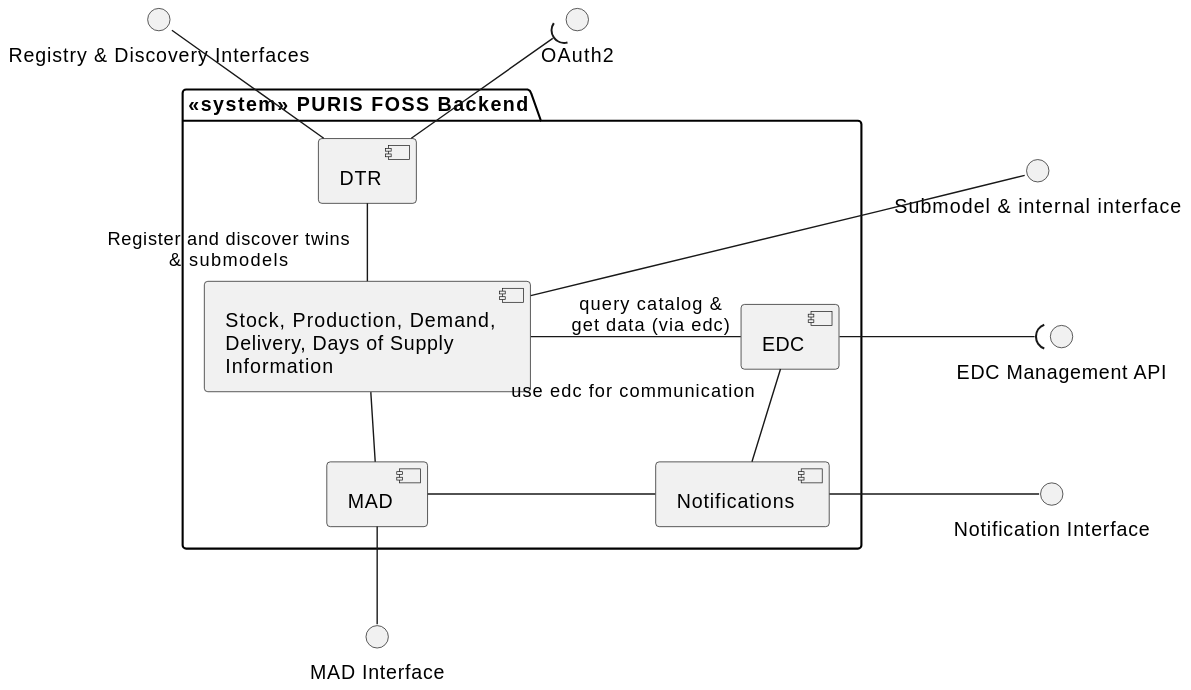
Earlier version of the PlantUML export docs/architecture/img/05-level-1-backend.svg (eclipse-tractusx/puris).
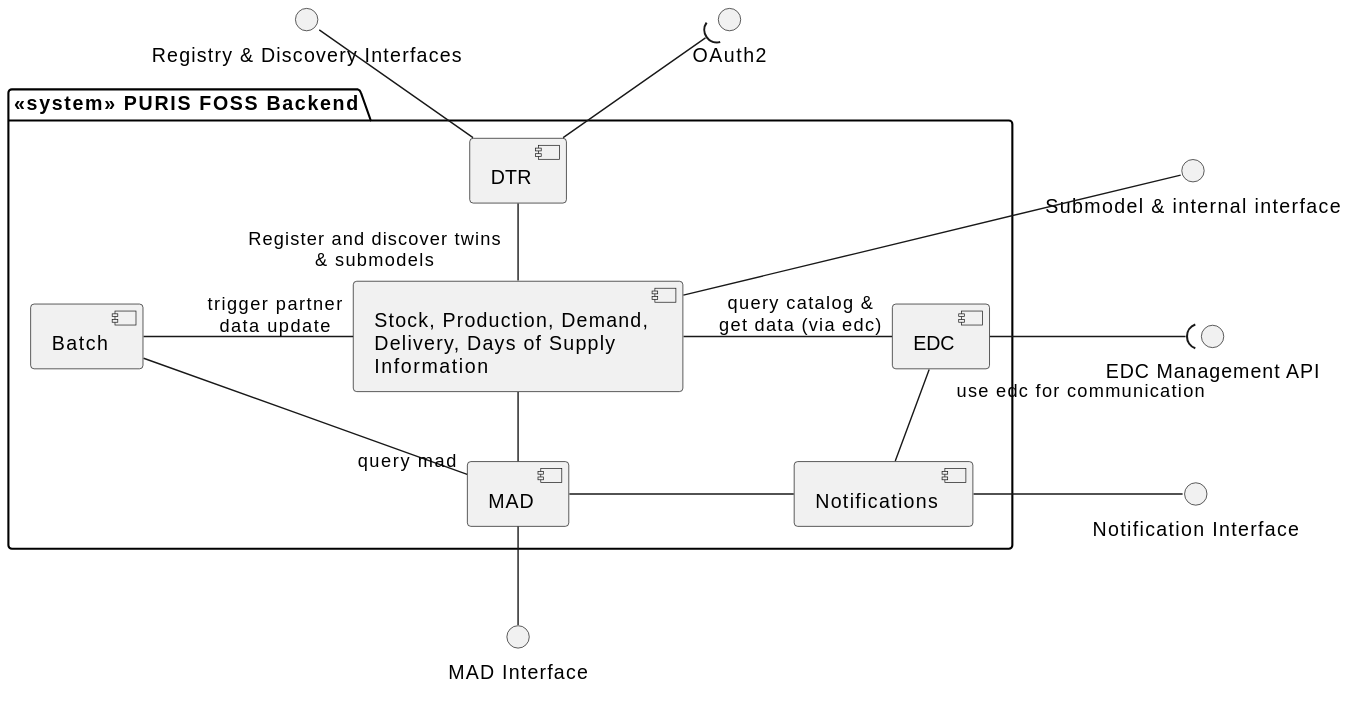
The same file after the commit.

Diff of the diagram source:
```diff
@@ -14,6 +14,7 @@
 
   [DTR] as dtr
   [Stock, Production, Demand,\nDelivery, Days of Supply\nInformation] as stock
+  [Batch] as batch
   [EDC] as edc
   [Notifications] as not
   [MAD] as mad
@@ -26,6 +27,8 @@
 
 dtr -down- "Register and discover twins\n& submodels" stock
 data_interface -down- stock
+batch -right- "trigger partner\ndata update" stock
+batch -down- "query mad" mad
 stock -right- "query catalog &\nget data (via edc)" edc
 stock -down- mad
 edc -right-( edc_interface
```
